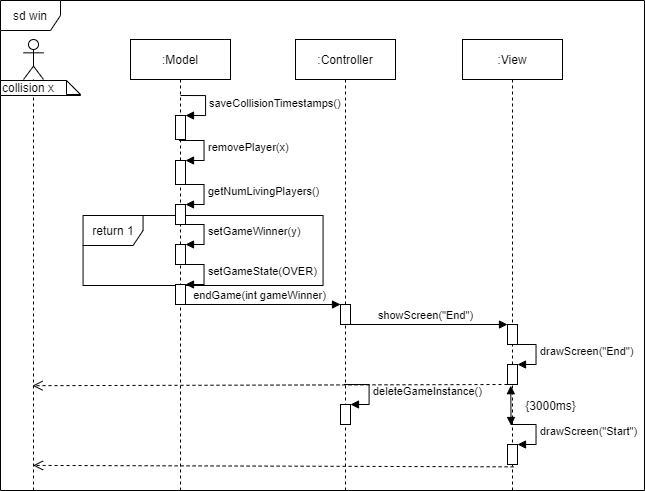
The draw.io diagram Doku/images/SD_UC6Win.png in KjellooMelloo/gameoftrons, before a commit. Source tidied: cells renumbered, new cells last; positions are measured from the earlier drawing's top-left corner, leaving out a move shared by most shapes. Its diagram source:
```xml
<mxGraphModel>
  <root>
    <mxCell id="0" />
    <mxCell id="1" parent="0" />
    <mxCell id="2" value="sd win" style="shape=umlFrame;whiteSpace=wrap;html=1;fillColor=#ffffff;" parent="1" vertex="1">
      <mxGeometry width="644" height="490" as="geometry" />
    </mxCell>
    <mxCell id="3" value="return 1" style="shape=umlFrame;whiteSpace=wrap;html=1;fillColor=#ffffff;" parent="1" vertex="1">
      <mxGeometry x="82.6" y="215" width="240" height="70" as="geometry" />
    </mxCell>
    <mxCell id="4" value=":Model" style="shape=umlLifeline;perimeter=lifelinePerimeter;whiteSpace=wrap;html=1;" parent="1" vertex="1">
      <mxGeometry x="130" y="39" width="100" height="451" as="geometry" />
    </mxCell>
    <mxCell id="5" style="html=1;points=[];perimeter=orthogonalPerimeter;fillColor=#ffffff;" parent="4" vertex="1">
      <mxGeometry x="45" y="121" width="10" height="24" as="geometry" />
    </mxCell>
    <mxCell id="6" value="removePlayer(x)" style="edgeStyle=orthogonalEdgeStyle;html=1;align=left;spacingLeft=2;endArrow=block;rounded=0;entryX=1;entryY=0;" parent="4" edge="1" target="5">
      <mxGeometry relative="1" as="geometry">
        <mxPoint x="48.6" y="101" as="sourcePoint" />
        <Array as="points">
          <mxPoint x="73.6" y="101" />
        </Array>
      </mxGeometry>
    </mxCell>
    <mxCell id="7" style="html=1;points=[];perimeter=orthogonalPerimeter;fillColor=#ffffff;" parent="4" vertex="1">
      <mxGeometry x="45" y="165" width="10" height="20" as="geometry" />
    </mxCell>
    <mxCell id="8" value="getNumLivingPlayers()" style="edgeStyle=orthogonalEdgeStyle;html=1;align=left;spacingLeft=2;endArrow=block;rounded=0;entryX=1;entryY=0;" parent="4" edge="1" target="7">
      <mxGeometry relative="1" as="geometry">
        <mxPoint x="48.6" y="145" as="sourcePoint" />
        <Array as="points">
          <mxPoint x="73.6" y="145" />
        </Array>
      </mxGeometry>
    </mxCell>
    <mxCell id="9" style="html=1;points=[];perimeter=orthogonalPerimeter;fillColor=#ffffff;" parent="4" vertex="1">
      <mxGeometry x="45" y="205" width="10" height="20" as="geometry" />
    </mxCell>
    <mxCell id="10" value="setGameWinner(y)" style="edgeStyle=orthogonalEdgeStyle;html=1;align=left;spacingLeft=2;endArrow=block;rounded=0;entryX=1;entryY=0;" parent="4" edge="1" target="9">
      <mxGeometry relative="1" as="geometry">
        <mxPoint x="48.6" y="185" as="sourcePoint" />
        <Array as="points">
          <mxPoint x="73.6" y="185" />
        </Array>
      </mxGeometry>
    </mxCell>
    <mxCell id="11" style="html=1;points=[];perimeter=orthogonalPerimeter;" parent="4" vertex="1">
      <mxGeometry x="45" y="245" width="10" height="20" as="geometry" />
    </mxCell>
    <mxCell id="12" value="setGameState(OVER)" style="edgeStyle=orthogonalEdgeStyle;html=1;align=left;spacingLeft=2;endArrow=block;rounded=0;entryX=1;entryY=0;" parent="4" edge="1" target="11">
      <mxGeometry relative="1" as="geometry">
        <mxPoint x="48.6" y="225" as="sourcePoint" />
        <Array as="points">
          <mxPoint x="73.6" y="225" />
        </Array>
      </mxGeometry>
    </mxCell>
    <mxCell id="13" style="html=1;points=[];perimeter=orthogonalPerimeter;" parent="4" vertex="1">
      <mxGeometry x="45" y="76" width="10" height="24" as="geometry" />
    </mxCell>
    <mxCell id="14" value="saveCollisionTimestamps()" style="edgeStyle=orthogonalEdgeStyle;html=1;align=left;spacingLeft=2;endArrow=block;rounded=0;entryX=1;entryY=0;" parent="4" edge="1" target="13">
      <mxGeometry relative="1" as="geometry">
        <mxPoint x="50" y="56" as="sourcePoint" />
        <Array as="points">
          <mxPoint x="75" y="56" />
        </Array>
      </mxGeometry>
    </mxCell>
    <mxCell id="15" style="shape=umlLifeline;participant=umlActor;perimeter=lifelinePerimeter;whiteSpace=wrap;html=1;verticalAlign=top;spacingTop=36;labelBackgroundColor=#ffffff;" parent="1" vertex="1">
      <mxGeometry x="23" y="39" width="20" height="451" as="geometry" />
    </mxCell>
    <mxCell id="16" value=":Controller" style="shape=umlLifeline;perimeter=lifelinePerimeter;whiteSpace=wrap;html=1;" parent="1" vertex="1">
      <mxGeometry x="295" y="39" width="100" height="451" as="geometry" />
    </mxCell>
    <mxCell id="17" style="html=1;points=[];perimeter=orthogonalPerimeter;" parent="16" vertex="1">
      <mxGeometry x="45" y="265" width="10" height="20" as="geometry" />
    </mxCell>
    <mxCell id="18" style="html=1;points=[];perimeter=orthogonalPerimeter;" parent="16" vertex="1">
      <mxGeometry x="45" y="365" width="10" height="20" as="geometry" />
    </mxCell>
    <mxCell id="19" value="deleteGameInstance()" style="edgeStyle=orthogonalEdgeStyle;html=1;align=left;spacingLeft=2;endArrow=block;rounded=0;entryX=1;entryY=0;" parent="16" edge="1" target="18">
      <mxGeometry relative="1" as="geometry">
        <mxPoint x="48.6" y="345" as="sourcePoint" />
        <Array as="points">
          <mxPoint x="73.6" y="345" />
        </Array>
      </mxGeometry>
    </mxCell>
    <mxCell id="20" value=":View" style="shape=umlLifeline;perimeter=lifelinePerimeter;whiteSpace=wrap;html=1;" parent="1" vertex="1">
      <mxGeometry x="462" y="39" width="100" height="451" as="geometry" />
    </mxCell>
    <mxCell id="21" style="html=1;points=[];perimeter=orthogonalPerimeter;" parent="20" vertex="1">
      <mxGeometry x="45" y="285" width="10" height="20" as="geometry" />
    </mxCell>
    <mxCell id="22" style="html=1;points=[];perimeter=orthogonalPerimeter;" parent="20" vertex="1">
      <mxGeometry x="45" y="325" width="10" height="20" as="geometry" />
    </mxCell>
    <mxCell id="23" value="drawScreen(&quot;End&quot;)" style="edgeStyle=orthogonalEdgeStyle;html=1;align=left;spacingLeft=2;endArrow=block;rounded=0;entryX=1;entryY=0;" parent="20" edge="1" target="22">
      <mxGeometry relative="1" as="geometry">
        <mxPoint x="48.6" y="305" as="sourcePoint" />
        <Array as="points">
          <mxPoint x="73.6" y="305" />
        </Array>
      </mxGeometry>
    </mxCell>
    <mxCell id="24" style="html=1;points=[];perimeter=orthogonalPerimeter;" parent="20" vertex="1">
      <mxGeometry x="45" y="405" width="10" height="20" as="geometry" />
    </mxCell>
    <mxCell id="25" value="drawScreen(&quot;Start&quot;)" style="edgeStyle=orthogonalEdgeStyle;html=1;align=left;spacingLeft=2;endArrow=block;rounded=0;entryX=1;entryY=0;" parent="20" edge="1" target="24">
      <mxGeometry relative="1" as="geometry">
        <mxPoint x="48.6" y="385" as="sourcePoint" />
        <Array as="points">
          <mxPoint x="73.6" y="385" />
        </Array>
      </mxGeometry>
    </mxCell>
    <mxCell id="26" value="collision x" style="shape=note;whiteSpace=wrap;html=1;size=14;verticalAlign=top;align=left;spacingTop=-6;" parent="1" vertex="1">
      <mxGeometry y="80" width="80" height="15" as="geometry" />
    </mxCell>
    <mxCell id="27" value="endGame(int gameWinner)" style="html=1;verticalAlign=bottom;endArrow=block;entryX=0;entryY=0;" parent="1" edge="1" target="17">
      <mxGeometry relative="1" as="geometry">
        <mxPoint x="177.9" y="304" as="sourcePoint" />
      </mxGeometry>
    </mxCell>
    <mxCell id="28" value="showScreen(&quot;End&quot;)" style="html=1;verticalAlign=bottom;endArrow=block;entryX=0;entryY=0;" parent="1" edge="1" target="21">
      <mxGeometry relative="1" as="geometry">
        <mxPoint x="342.9" y="324" as="sourcePoint" />
      </mxGeometry>
    </mxCell>
    <mxCell id="29" style="html=1;verticalAlign=bottom;endArrow=open;dashed=1;endSize=8;entryX=0.522;entryY=0.722;entryDx=0;entryDy=0;entryPerimeter=0;" parent="1" edge="1" source="22">
      <mxGeometry relative="1" as="geometry">
        <mxPoint x="32" y="385.2" as="targetPoint" />
      </mxGeometry>
    </mxCell>
    <mxCell id="30" style="endArrow=block;startArrow=block;endFill=1;startFill=1;html=1;exitX=0.497;exitY=0.722;exitDx=0;exitDy=0;exitPerimeter=0;" parent="1" edge="1">
      <mxGeometry relative="1" as="geometry">
        <mxPoint x="510.3" y="385.2" as="sourcePoint" />
        <mxPoint x="510.6" y="425" as="targetPoint" />
      </mxGeometry>
    </mxCell>
    <mxCell id="31" style="html=1;verticalAlign=bottom;endArrow=open;dashed=1;endSize=8;entryX=0.55;entryY=0.907;entryDx=0;entryDy=0;entryPerimeter=0;exitX=0.611;exitY=1.117;exitDx=0;exitDy=0;exitPerimeter=0;" parent="1" edge="1" source="24">
      <mxGeometry relative="1" as="geometry">
        <mxPoint x="32.6" y="464.9" as="targetPoint" />
      </mxGeometry>
    </mxCell>
    <mxCell id="32" value="{3000ms}" style="text;html=1;align=center;verticalAlign=middle;" parent="1" vertex="1">
      <mxGeometry x="514.6" y="395" width="70" height="20" as="geometry" />
    </mxCell>
  </root>
</mxGraphModel>
```
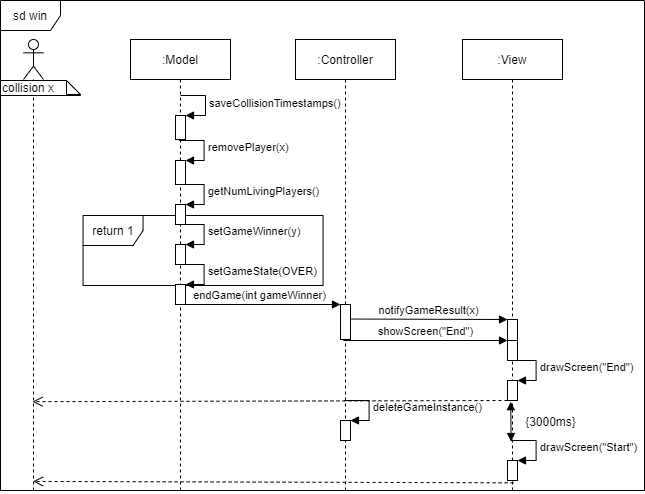
The same diagram one commit later.

Commit message:
added notifyGameResult() and updateView() for SDs

Change to the diagram source:
```diff
@@ -73,16 +73,16 @@
       <mxGeometry x="295" y="39" width="100" height="451" as="geometry" />
     </mxCell>
     <mxCell id="17" style="html=1;points=[];perimeter=orthogonalPerimeter;" parent="16" vertex="1">
-      <mxGeometry x="45" y="265" width="10" height="20" as="geometry" />
+      <mxGeometry x="45" y="265" width="10" height="35" as="geometry" />
     </mxCell>
     <mxCell id="18" style="html=1;points=[];perimeter=orthogonalPerimeter;" parent="16" vertex="1">
-      <mxGeometry x="45" y="365" width="10" height="20" as="geometry" />
+      <mxGeometry x="45" y="381" width="10" height="20" as="geometry" />
     </mxCell>
     <mxCell id="19" value="deleteGameInstance()" style="edgeStyle=orthogonalEdgeStyle;html=1;align=left;spacingLeft=2;endArrow=block;rounded=0;entryX=1;entryY=0;" parent="16" edge="1" target="18">
       <mxGeometry relative="1" as="geometry">
-        <mxPoint x="48.6" y="345" as="sourcePoint" />
+        <mxPoint x="48.6" y="361" as="sourcePoint" />
         <Array as="points">
-          <mxPoint x="73.6" y="345" />
+          <mxPoint x="73.6" y="361" />
         </Array>
       </mxGeometry>
     </mxCell>
@@ -90,61 +90,67 @@
       <mxGeometry x="462" y="39" width="100" height="451" as="geometry" />
     </mxCell>
     <mxCell id="21" style="html=1;points=[];perimeter=orthogonalPerimeter;" parent="20" vertex="1">
-      <mxGeometry x="45" y="285" width="10" height="20" as="geometry" />
+      <mxGeometry x="45" y="301" width="10" height="20" as="geometry" />
     </mxCell>
     <mxCell id="22" style="html=1;points=[];perimeter=orthogonalPerimeter;" parent="20" vertex="1">
-      <mxGeometry x="45" y="325" width="10" height="20" as="geometry" />
+      <mxGeometry x="45" y="341" width="10" height="20" as="geometry" />
     </mxCell>
     <mxCell id="23" value="drawScreen(&quot;End&quot;)" style="edgeStyle=orthogonalEdgeStyle;html=1;align=left;spacingLeft=2;endArrow=block;rounded=0;entryX=1;entryY=0;" parent="20" edge="1" target="22">
       <mxGeometry relative="1" as="geometry">
-        <mxPoint x="48.6" y="305" as="sourcePoint" />
+        <mxPoint x="48.6" y="321" as="sourcePoint" />
         <Array as="points">
-          <mxPoint x="73.6" y="305" />
+          <mxPoint x="73.6" y="321" />
         </Array>
       </mxGeometry>
     </mxCell>
     <mxCell id="24" style="html=1;points=[];perimeter=orthogonalPerimeter;" parent="20" vertex="1">
-      <mxGeometry x="45" y="405" width="10" height="20" as="geometry" />
+      <mxGeometry x="45" y="421" width="10" height="20" as="geometry" />
     </mxCell>
     <mxCell id="25" value="drawScreen(&quot;Start&quot;)" style="edgeStyle=orthogonalEdgeStyle;html=1;align=left;spacingLeft=2;endArrow=block;rounded=0;entryX=1;entryY=0;" parent="20" edge="1" target="24">
       <mxGeometry relative="1" as="geometry">
-        <mxPoint x="48.6" y="385" as="sourcePoint" />
+        <mxPoint x="48.6" y="401" as="sourcePoint" />
         <Array as="points">
-          <mxPoint x="73.6" y="385" />
+          <mxPoint x="73.6" y="401" />
         </Array>
       </mxGeometry>
     </mxCell>
-    <mxCell id="26" value="collision x" style="shape=note;whiteSpace=wrap;html=1;size=14;verticalAlign=top;align=left;spacingTop=-6;" parent="1" vertex="1">
-      <mxGeometry y="80" width="80" height="15" as="geometry" />
+    <mxCell id="26" style="html=1;points=[];perimeter=orthogonalPerimeter;" parent="20" vertex="1">
+      <mxGeometry x="45" y="280" width="10" height="21" as="geometry" />
     </mxCell>
-    <mxCell id="27" value="endGame(int gameWinner)" style="html=1;verticalAlign=bottom;endArrow=block;entryX=0;entryY=0;" parent="1" edge="1" target="17">
-      <mxGeometry relative="1" as="geometry">
-        <mxPoint x="177.9" y="304" as="sourcePoint" />
-      </mxGeometry>
+    <mxCell id="27" value="collision x" style="shape=note;whiteSpace=wrap;html=1;size=14;verticalAlign=top;align=left;spacingTop=-6;" parent="1" vertex="1">
+      <mxGeometry y="80" width="80" height="15" as="geometry" />
     </mxCell>
-    <mxCell id="28" value="showScreen(&quot;End&quot;)" style="html=1;verticalAlign=bottom;endArrow=block;entryX=0;entryY=0;" parent="1" edge="1" target="21">
+    <mxCell id="28" value="endGame(int gameWinner)" style="html=1;verticalAlign=bottom;endArrow=block;entryX=0;entryY=0;" parent="1" edge="1" target="17">
       <mxGeometry relative="1" as="geometry">
-        <mxPoint x="342.9" y="324" as="sourcePoint" />
+        <mxPoint x="177.9" y="304" as="sourcePoint" />
       </mxGeometry>
     </mxCell>
-    <mxCell id="29" style="html=1;verticalAlign=bottom;endArrow=open;dashed=1;endSize=8;entryX=0.522;entryY=0.722;entryDx=0;entryDy=0;entryPerimeter=0;" parent="1" edge="1" source="22">
+    <mxCell id="29" value="showScreen(&quot;End&quot;)" style="html=1;verticalAlign=bottom;endArrow=block;entryX=0;entryY=0;" parent="1" edge="1" target="21">
       <mxGeometry relative="1" as="geometry">
-        <mxPoint x="32" y="385.2" as="targetPoint" />
+        <mxPoint x="342.9" y="340" as="sourcePoint" />
       </mxGeometry>
     </mxCell>
-    <mxCell id="30" style="endArrow=block;startArrow=block;endFill=1;startFill=1;html=1;exitX=0.497;exitY=0.722;exitDx=0;exitDy=0;exitPerimeter=0;" parent="1" edge="1">
+    <mxCell id="30" style="html=1;verticalAlign=bottom;endArrow=open;dashed=1;endSize=8;entryX=0.522;entryY=0.722;entryDx=0;entryDy=0;entryPerimeter=0;" parent="1" edge="1" source="22">
       <mxGeometry relative="1" as="geometry">
-        <mxPoint x="510.3" y="385.2" as="sourcePoint" />
-        <mxPoint x="510.6" y="425" as="targetPoint" />
+        <mxPoint x="32" y="401.2" as="targetPoint" />
       </mxGeometry>
     </mxCell>
-    <mxCell id="31" style="html=1;verticalAlign=bottom;endArrow=open;dashed=1;endSize=8;entryX=0.55;entryY=0.907;entryDx=0;entryDy=0;entryPerimeter=0;exitX=0.611;exitY=1.117;exitDx=0;exitDy=0;exitPerimeter=0;" parent="1" edge="1" source="24">
+    <mxCell id="31" style="endArrow=block;startArrow=block;endFill=1;startFill=1;html=1;exitX=0.497;exitY=0.722;exitDx=0;exitDy=0;exitPerimeter=0;" parent="1" edge="1">
       <mxGeometry relative="1" as="geometry">
-        <mxPoint x="32.6" y="464.9" as="targetPoint" />
+        <mxPoint x="510.3" y="401.2" as="sourcePoint" />
+        <mxPoint x="510.6" y="441" as="targetPoint" />
       </mxGeometry>
     </mxCell>
-    <mxCell id="32" value="{3000ms}" style="text;html=1;align=center;verticalAlign=middle;" parent="1" vertex="1">
-      <mxGeometry x="514.6" y="395" width="70" height="20" as="geometry" />
+    <mxCell id="32" style="html=1;verticalAlign=bottom;endArrow=open;dashed=1;endSize=8;entryX=0.55;entryY=0.907;entryDx=0;entryDy=0;entryPerimeter=0;exitX=0.611;exitY=1.117;exitDx=0;exitDy=0;exitPerimeter=0;" parent="1" edge="1" source="24">
+      <mxGeometry relative="1" as="geometry">
+        <mxPoint x="32.6" y="480.9" as="targetPoint" />
+      </mxGeometry>
     </mxCell>
+    <mxCell id="33" value="{3000ms}" style="text;html=1;align=center;verticalAlign=middle;" parent="1" vertex="1">
+      <mxGeometry x="514.6" y="411" width="70" height="20" as="geometry" />
+    </mxCell>
+    <mxCell id="34" value="notifyGameResult(x)" style="html=1;verticalAlign=bottom;endArrow=block;entryX=0;entryY=0;exitX=1.02;exitY=0.415;exitDx=0;exitDy=0;exitPerimeter=0;" parent="1" edge="1" source="17" target="26">
+      <mxGeometry relative="1" as="geometry" />
+    </mxCell>
   </root>
 </mxGraphModel>
```
